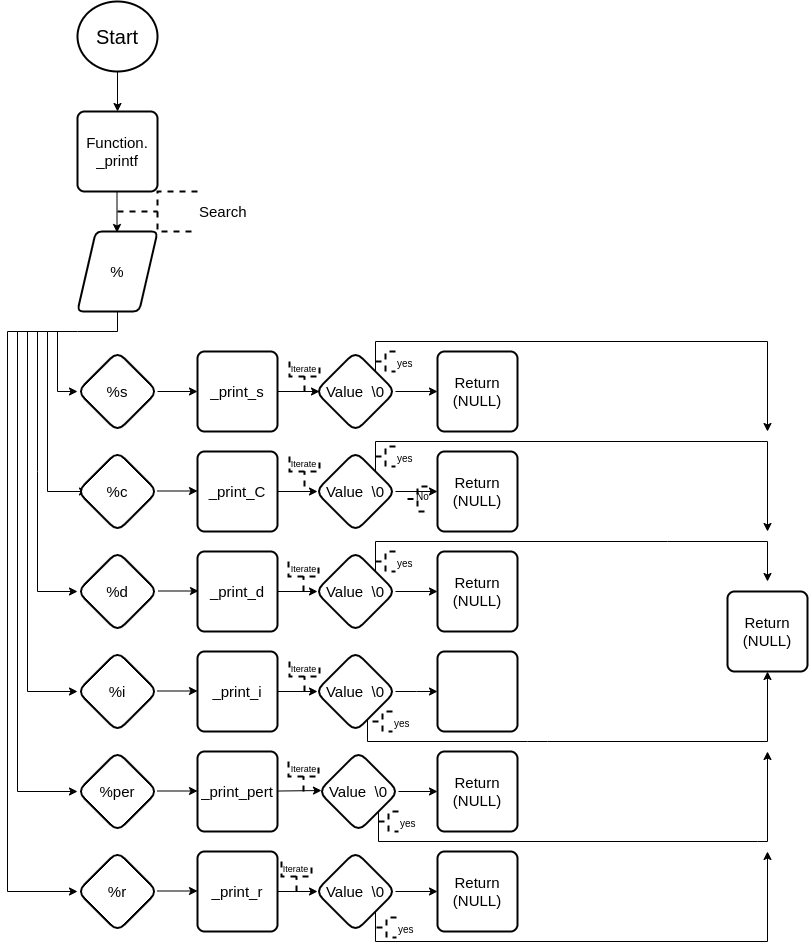
Before: Untitled Diagram.drawio.png, a diagram exported from draw.io (fyga10/printf). Source tidied: cells renumbered, new cells last; positions are measured from the earlier drawing's top-left corner, leaving out a move shared by most shapes.
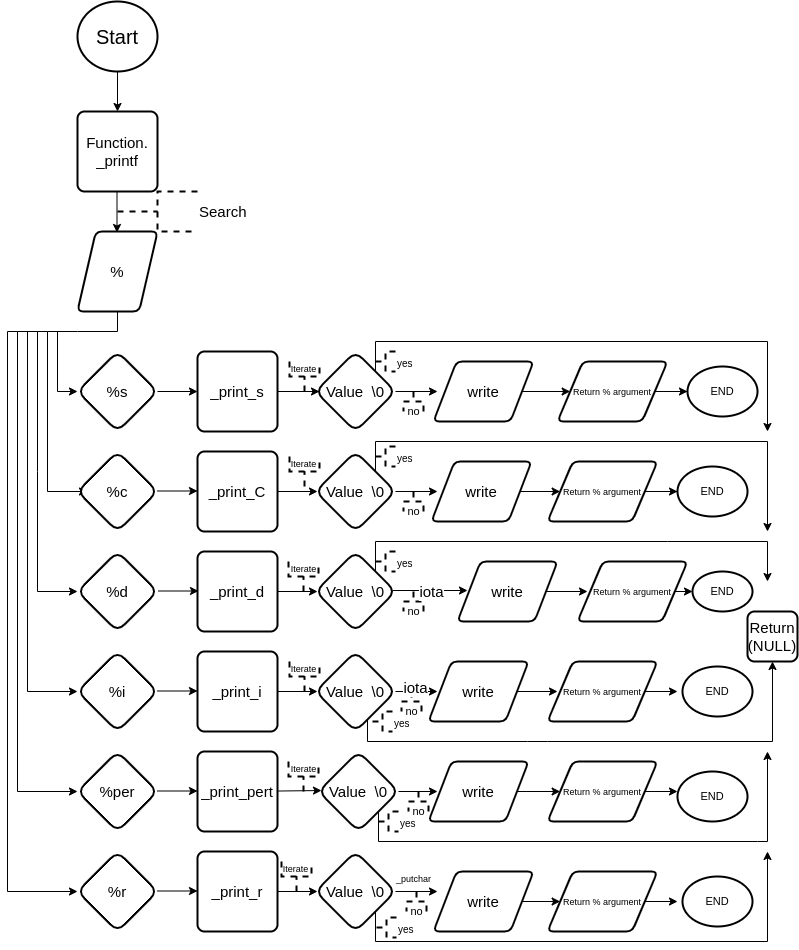
Later version of the same file.

What changed in the source:
```diff
@@ -181,20 +181,5 @@
     </mxCell>
-    <mxCell id="37" value="Return (NULL)" style="rounded=1;whiteSpace=wrap;html=1;absoluteArcSize=1;arcSize=14;strokeWidth=2;fontSize=15;fillColor=default;gradientColor=none;gradientDirection=north;" parent="1" vertex="1">
-      <mxGeometry x="430" y="450" width="80" height="80" as="geometry" />
-    </mxCell>
-    <mxCell id="38" value="Return (NULL)" style="rounded=1;whiteSpace=wrap;html=1;absoluteArcSize=1;arcSize=14;strokeWidth=2;fontSize=15;fillColor=default;gradientColor=none;gradientDirection=north;shadow=0;glass=0;sketch=0;" parent="1" vertex="1">
-      <mxGeometry x="430" y="350" width="80" height="80" as="geometry" />
-    </mxCell>
-    <mxCell id="39" value="Return (NULL)" style="rounded=1;whiteSpace=wrap;html=1;absoluteArcSize=1;arcSize=14;strokeWidth=2;fontSize=15;fillColor=default;gradientColor=none;gradientDirection=north;" parent="1" vertex="1">
-      <mxGeometry x="430" y="550" width="80" height="80" as="geometry" />
-    </mxCell>
     <mxCell id="40" value="Return (NULL)" style="rounded=1;whiteSpace=wrap;html=1;absoluteArcSize=1;arcSize=14;strokeWidth=2;fontSize=15;fillColor=default;gradientColor=none;gradientDirection=north;" parent="1" vertex="1">
-      <mxGeometry x="720" y="590" width="80" height="80" as="geometry" />
+      <mxGeometry x="740" y="610" width="50" height="50" as="geometry" />
     </mxCell>
-    <mxCell id="41" value="Return (NULL)" style="rounded=1;whiteSpace=wrap;html=1;absoluteArcSize=1;arcSize=14;strokeWidth=2;fontSize=15;fillColor=default;gradientColor=none;gradientDirection=north;" parent="1" vertex="1">
-      <mxGeometry x="430" y="750" width="80" height="80" as="geometry" />
-    </mxCell>
-    <mxCell id="42" value="Return (NULL)" style="rounded=1;whiteSpace=wrap;html=1;absoluteArcSize=1;arcSize=14;strokeWidth=2;fontSize=15;fillColor=default;gradientColor=none;gradientDirection=north;" parent="1" vertex="1">
-      <mxGeometry x="430" y="850" width="80" height="80" as="geometry" />
-    </mxCell>
     <mxCell id="43" style="strokeWidth=2;html=1;shape=mxgraph.flowchart.annotation_2;align=left;labelPosition=right;fontSize=15;fillColor=default;gradientColor=none;gradientDirection=north;rotation=-90;strokeColor=default;dashed=1;" parent="1" vertex="1">
@@ -243,4 +228,6 @@
     </mxCell>
-    <mxCell id="57" style="edgeStyle=none;rounded=0;jettySize=auto;html=1;shadow=0;fontSize=15;strokeColor=default;strokeWidth=1;" parent="1" edge="1" source="58" target="41">
-      <mxGeometry relative="1" as="geometry" />
+    <mxCell id="57" style="edgeStyle=none;rounded=0;jettySize=auto;html=1;shadow=0;fontSize=15;strokeColor=default;strokeWidth=1;" parent="1" edge="1" source="58">
+      <mxGeometry relative="1" as="geometry">
+        <mxPoint x="430" y="790" as="targetPoint" />
+      </mxGeometry>
     </mxCell>
@@ -256,3 +243,3 @@
           <mxPoint x="540" y="740" />
-          <mxPoint x="760" y="740" />
+          <mxPoint x="765" y="740" />
         </Array>
@@ -260,4 +247,6 @@
     </mxCell>
-    <mxCell id="60" style="edgeStyle=elbowEdgeStyle;rounded=0;jettySize=auto;elbow=vertical;html=1;shadow=0;fontSize=10;strokeColor=default;strokeWidth=1;" parent="1" edge="1" source="61" target="70">
-      <mxGeometry relative="1" as="geometry" />
+    <mxCell id="60" style="edgeStyle=elbowEdgeStyle;rounded=0;jettySize=auto;elbow=vertical;html=1;shadow=0;fontSize=10;strokeColor=default;strokeWidth=1;" parent="1" edge="1" source="61">
+      <mxGeometry relative="1" as="geometry">
+        <mxPoint x="430" y="690" as="targetPoint" />
+      </mxGeometry>
     </mxCell>
@@ -266,5 +255,2 @@
     </mxCell>
-    <mxCell id="62" style="edgeStyle=none;rounded=0;jettySize=auto;html=1;shadow=0;fontSize=15;strokeColor=default;strokeWidth=1;" parent="1" edge="1" source="63" target="39">
-      <mxGeometry relative="1" as="geometry" />
-    </mxCell>
     <mxCell id="63" value="&lt;font style=&quot;font-size: 15px&quot;&gt;Value&amp;nbsp; \0&lt;/font&gt;" style="rhombus;whiteSpace=wrap;html=1;rounded=1;shadow=0;glass=0;sketch=0;fontSize=9;strokeColor=default;strokeWidth=2;fillColor=default;gradientColor=none;gradientDirection=north;" parent="1" vertex="1">
@@ -272,4 +258,6 @@
     </mxCell>
-    <mxCell id="64" style="edgeStyle=none;rounded=0;jettySize=auto;html=1;shadow=0;fontSize=15;strokeColor=default;strokeWidth=1;" parent="1" edge="1" source="65" target="37">
-      <mxGeometry relative="1" as="geometry" />
+    <mxCell id="64" style="edgeStyle=none;rounded=0;jettySize=auto;html=1;shadow=0;fontSize=15;strokeColor=default;strokeWidth=1;" parent="1" edge="1" source="65">
+      <mxGeometry relative="1" as="geometry">
+        <mxPoint x="430" y="490" as="targetPoint" />
+      </mxGeometry>
     </mxCell>
@@ -286,4 +274,6 @@
     </mxCell>
-    <mxCell id="68" style="edgeStyle=none;rounded=0;jettySize=auto;html=1;shadow=0;fontSize=15;strokeColor=default;strokeWidth=1;" parent="1" edge="1" source="69" target="42">
-      <mxGeometry relative="1" as="geometry" />
+    <mxCell id="68" style="edgeStyle=none;rounded=0;jettySize=auto;html=1;shadow=0;fontSize=15;strokeColor=default;strokeWidth=1;" parent="1" edge="1" source="69">
+      <mxGeometry relative="1" as="geometry">
+        <mxPoint x="430" y="890" as="targetPoint" />
+      </mxGeometry>
     </mxCell>
@@ -292,5 +282,2 @@
     </mxCell>
-    <mxCell id="70" style="rounded=1;whiteSpace=wrap;html=1;absoluteArcSize=1;arcSize=14;strokeWidth=2;shadow=0;glass=0;sketch=0;fontSize=15;fillColor=default;gradientColor=none;gradientDirection=north;" parent="1" vertex="1">
-      <mxGeometry x="430" y="650" width="80" height="80" as="geometry" />
-    </mxCell>
     <mxCell id="71" style="endArrow=classic;html=1;rounded=0;shadow=0;fontSize=15;strokeColor=default;strokeWidth=1;exitX=1;exitY=1;exitDx=0;exitDy=0;" parent="1" edge="1" source="58">
@@ -360,8 +347,153 @@
     </mxCell>
-    <mxCell id="82" style="strokeWidth=2;html=1;shape=mxgraph.flowchart.annotation_2;align=left;labelPosition=right;rounded=1;shadow=0;glass=0;dashed=1;sketch=0;fontSize=10;fillColor=default;gradientColor=none;gradientDirection=north;" parent="1" vertex="1">
-      <mxGeometry x="400" y="485" width="20" height="25" as="geometry" />
-    </mxCell>
-    <mxCell id="83" value="No" style="text;html=1;align=center;verticalAlign=middle;strokeColor=none;fillColor=none;fontSize=10;" parent="1" vertex="1">
-      <mxGeometry x="400" y="485" width="30" height="20" as="geometry" />
-    </mxCell>
+    <mxCell id="84" style="strokeWidth=2;html=1;shape=mxgraph.flowchart.annotation_2;align=left;labelPosition=right;dashed=1;fontSize=11;rotation=90;" parent="1" vertex="1">
+      <mxGeometry x="396" y="590" width="20" height="20" as="geometry" />
+    </mxCell>
+    <mxCell id="85" value="no" style="text;html=1;align=center;verticalAlign=middle;strokeColor=none;fillColor=none;fontSize=11;" parent="1" vertex="1">
+      <mxGeometry x="391" y="600" width="30" height="20" as="geometry" />
+    </mxCell>
+    <mxCell id="86" style="strokeWidth=2;html=1;shape=mxgraph.flowchart.annotation_2;align=left;labelPosition=right;dashed=1;fontSize=11;rotation=90;" parent="1" vertex="1">
+      <mxGeometry x="396" y="490" width="20" height="20" as="geometry" />
+    </mxCell>
+    <mxCell id="87" value="no" style="text;html=1;align=center;verticalAlign=middle;strokeColor=none;fillColor=none;fontSize=11;" parent="1" vertex="1">
+      <mxGeometry x="391" y="500" width="30" height="20" as="geometry" />
+    </mxCell>
+    <mxCell id="88" style="strokeWidth=2;html=1;shape=mxgraph.flowchart.annotation_2;align=left;labelPosition=right;dashed=1;fontSize=11;rotation=90;" parent="1" vertex="1">
+      <mxGeometry x="396" y="390" width="20" height="20" as="geometry" />
+    </mxCell>
+    <mxCell id="89" value="no" style="text;html=1;align=center;verticalAlign=middle;strokeColor=none;fillColor=none;fontSize=11;" parent="1" vertex="1">
+      <mxGeometry x="391" y="400" width="30" height="20" as="geometry" />
+    </mxCell>
+    <mxCell id="90" style="strokeWidth=2;html=1;shape=mxgraph.flowchart.annotation_2;align=left;labelPosition=right;dashed=1;fontSize=11;rotation=90;" parent="1" vertex="1">
+      <mxGeometry x="394" y="690" width="20" height="20" as="geometry" />
+    </mxCell>
+    <mxCell id="91" value="no" style="text;html=1;align=center;verticalAlign=middle;strokeColor=none;fillColor=none;fontSize=11;" parent="1" vertex="1">
+      <mxGeometry x="389" y="700" width="30" height="20" as="geometry" />
+    </mxCell>
+    <mxCell id="92" style="strokeWidth=2;html=1;shape=mxgraph.flowchart.annotation_2;align=left;labelPosition=right;dashed=1;fontSize=11;rotation=90;" parent="1" vertex="1">
+      <mxGeometry x="401" y="790" width="20" height="20" as="geometry" />
+    </mxCell>
+    <mxCell id="93" value="no" style="text;html=1;align=center;verticalAlign=middle;strokeColor=none;fillColor=none;fontSize=11;" parent="1" vertex="1">
+      <mxGeometry x="396" y="800" width="30" height="20" as="geometry" />
+    </mxCell>
+    <mxCell id="94" style="strokeWidth=2;html=1;shape=mxgraph.flowchart.annotation_2;align=left;labelPosition=right;dashed=1;fontSize=11;rotation=90;" parent="1" vertex="1">
+      <mxGeometry x="399" y="890" width="20" height="20" as="geometry" />
+    </mxCell>
+    <mxCell id="95" value="no" style="text;html=1;align=center;verticalAlign=middle;strokeColor=none;fillColor=none;fontSize=11;" parent="1" vertex="1">
+      <mxGeometry x="394" y="900" width="30" height="20" as="geometry" />
+    </mxCell>
+    <mxCell id="96" style="edgeStyle=orthogonalEdgeStyle;rounded=0;jettySize=auto;html=1;fontSize=9;" parent="1" edge="1" source="97" target="108">
+      <mxGeometry relative="1" as="geometry" />
+    </mxCell>
+    <mxCell id="97" value="&lt;font style=&quot;font-size: 15px&quot;&gt;write&lt;/font&gt;" style="shape=parallelogram;html=1;strokeWidth=2;perimeter=parallelogramPerimeter;whiteSpace=wrap;rounded=1;arcSize=12;size=0.23;fontSize=11;" parent="1" vertex="1">
+      <mxGeometry x="426" y="360" width="100" height="60" as="geometry" />
+    </mxCell>
+    <mxCell id="98" value="&lt;span style=&quot;font-size: 15px&quot;&gt;write&lt;/span&gt;" style="shape=parallelogram;html=1;strokeWidth=2;perimeter=parallelogramPerimeter;whiteSpace=wrap;rounded=1;arcSize=12;size=0.23;fontSize=11;" parent="1" vertex="1">
+      <mxGeometry x="424" y="460" width="100" height="60" as="geometry" />
+    </mxCell>
+    <mxCell id="99" value="&lt;span style=&quot;font-size: 15px&quot;&gt;write&lt;/span&gt;" style="shape=parallelogram;html=1;strokeWidth=2;perimeter=parallelogramPerimeter;whiteSpace=wrap;rounded=1;arcSize=12;size=0.23;fontSize=11;" parent="1" vertex="1">
+      <mxGeometry x="450" y="560" width="100" height="60" as="geometry" />
+    </mxCell>
+    <mxCell id="100" value="&lt;span style=&quot;font-size: 15px&quot;&gt;write&lt;br&gt;&lt;/span&gt;" style="shape=parallelogram;html=1;strokeWidth=2;perimeter=parallelogramPerimeter;whiteSpace=wrap;rounded=1;arcSize=12;size=0.23;fontSize=11;" parent="1" vertex="1">
+      <mxGeometry x="421" y="660" width="100" height="60" as="geometry" />
+    </mxCell>
+    <mxCell id="101" value="&lt;span style=&quot;font-size: 15px&quot;&gt;write&lt;/span&gt;" style="shape=parallelogram;html=1;strokeWidth=2;perimeter=parallelogramPerimeter;whiteSpace=wrap;rounded=1;arcSize=12;size=0.23;fontSize=11;" parent="1" vertex="1">
+      <mxGeometry x="421" y="760" width="100" height="60" as="geometry" />
+    </mxCell>
+    <mxCell id="102" value="&lt;span style=&quot;font-size: 15px&quot;&gt;write&lt;/span&gt;" style="shape=parallelogram;html=1;strokeWidth=2;perimeter=parallelogramPerimeter;whiteSpace=wrap;rounded=1;arcSize=12;size=0.23;fontSize=11;" parent="1" vertex="1">
+      <mxGeometry x="426" y="870" width="100" height="60" as="geometry" />
+    </mxCell>
+    <mxCell id="103" style="endArrow=classic;html=1;rounded=0;fontSize=15;" parent="1" edge="1">
+      <mxGeometry relative="1" as="geometry">
+        <mxPoint x="385" y="589" as="sourcePoint" />
+        <mxPoint x="460" y="589" as="targetPoint" />
+      </mxGeometry>
+    </mxCell>
+    <mxCell id="104" value="iota" style="edgeLabel;html=1;align=center;verticalAlign=middle;fontSize=15;" parent="103" vertex="1">
+      <mxGeometry relative="1" as="geometry" />
+    </mxCell>
+    <mxCell id="105" value="iota" style="edgeLabel;html=1;align=center;verticalAlign=middle;fontSize=15;" parent="1" vertex="1">
+      <mxGeometry x="433" y="599" as="geometry">
+        <mxPoint x="-26" y="86" as="offset" />
+      </mxGeometry>
+    </mxCell>
+    <mxCell id="106" value="&lt;font style=&quot;font-size: 9px&quot;&gt;_putchar&lt;/font&gt;" style="text;html=1;align=center;verticalAlign=middle;strokeColor=none;fillColor=none;fontSize=15;" parent="1" vertex="1">
+      <mxGeometry x="381" y="860" width="50" height="30" as="geometry" />
+    </mxCell>
+    <mxCell id="107" style="edgeStyle=orthogonalEdgeStyle;rounded=0;jettySize=auto;html=1;fontSize=9;" parent="1" edge="1" source="108" target="120">
+      <mxGeometry relative="1" as="geometry" />
+    </mxCell>
+    <mxCell id="108" value="&lt;font style=&quot;font-size: 9px&quot;&gt;&lt;font style=&quot;font-size: 9px&quot;&gt;Return % &lt;/font&gt;&lt;font style=&quot;font-size: 9px&quot;&gt;argument&lt;/font&gt;&lt;/font&gt;" style="shape=parallelogram;html=1;strokeWidth=2;perimeter=parallelogramPerimeter;whiteSpace=wrap;rounded=1;arcSize=12;size=0.23;fontSize=11;" parent="1" vertex="1">
+      <mxGeometry x="550" y="360" width="110" height="60" as="geometry" />
+    </mxCell>
+    <mxCell id="109" style="edgeStyle=orthogonalEdgeStyle;rounded=0;jettySize=auto;html=1;fontSize=9;" parent="1" edge="1" source="110" target="121">
+      <mxGeometry relative="1" as="geometry" />
+    </mxCell>
+    <mxCell id="110" value="&lt;font style=&quot;font-size: 9px&quot;&gt;&lt;font style=&quot;font-size: 9px&quot;&gt;Return % &lt;/font&gt;&lt;font style=&quot;font-size: 9px&quot;&gt;argument&lt;/font&gt;&lt;/font&gt;" style="shape=parallelogram;html=1;strokeWidth=2;perimeter=parallelogramPerimeter;whiteSpace=wrap;rounded=1;arcSize=12;size=0.23;fontSize=11;" parent="1" vertex="1">
+      <mxGeometry x="540" y="460" width="110" height="60" as="geometry" />
+    </mxCell>
+    <mxCell id="111" style="endArrow=classic;html=1;rounded=0;fontSize=9;" parent="1" edge="1" source="100">
+      <mxGeometry relative="1" as="geometry">
+        <mxPoint x="550" y="690" as="targetPoint" />
+      </mxGeometry>
+    </mxCell>
+    <mxCell id="112" style="endArrow=classic;html=1;rounded=0;fontSize=9;" parent="1" edge="1" source="99">
+      <mxGeometry relative="1" as="geometry">
+        <mxPoint x="580" y="590" as="targetPoint" />
+      </mxGeometry>
+    </mxCell>
+    <mxCell id="113" style="endArrow=classic;html=1;rounded=0;fontSize=9;entryX=0;entryY=0.5;entryDx=0;entryDy=0;exitX=1;exitY=0.5;exitDx=0;exitDy=0;" parent="1" edge="1" source="98" target="110">
+      <mxGeometry relative="1" as="geometry" />
+    </mxCell>
+    <mxCell id="114" value="&lt;font style=&quot;font-size: 9px&quot;&gt;&lt;font style=&quot;font-size: 9px&quot;&gt;Return % &lt;/font&gt;&lt;font style=&quot;font-size: 9px&quot;&gt;argument&lt;/font&gt;&lt;/font&gt;" style="shape=parallelogram;html=1;strokeWidth=2;perimeter=parallelogramPerimeter;whiteSpace=wrap;rounded=1;arcSize=12;size=0.23;fontSize=11;" parent="1" vertex="1">
+      <mxGeometry x="570" y="560" width="110" height="60" as="geometry" />
+    </mxCell>
+    <mxCell id="115" value="&lt;font style=&quot;font-size: 9px&quot;&gt;&lt;font style=&quot;font-size: 9px&quot;&gt;Return % &lt;/font&gt;&lt;font style=&quot;font-size: 9px&quot;&gt;argument&lt;/font&gt;&lt;/font&gt;" style="shape=parallelogram;html=1;strokeWidth=2;perimeter=parallelogramPerimeter;whiteSpace=wrap;rounded=1;arcSize=12;size=0.23;fontSize=11;" parent="1" vertex="1">
+      <mxGeometry x="540" y="660" width="110" height="60" as="geometry" />
+    </mxCell>
+    <mxCell id="116" value="&lt;font style=&quot;font-size: 9px&quot;&gt;&lt;font style=&quot;font-size: 9px&quot;&gt;Return % &lt;/font&gt;&lt;font style=&quot;font-size: 9px&quot;&gt;argument&lt;/font&gt;&lt;/font&gt;" style="shape=parallelogram;html=1;strokeWidth=2;perimeter=parallelogramPerimeter;whiteSpace=wrap;rounded=1;arcSize=12;size=0.23;fontSize=11;" parent="1" vertex="1">
+      <mxGeometry x="540" y="760" width="110" height="60" as="geometry" />
+    </mxCell>
+    <mxCell id="117" style="endArrow=classic;html=1;rounded=0;fontSize=9;entryX=0;entryY=0.5;entryDx=0;entryDy=0;exitX=1;exitY=0.5;exitDx=0;exitDy=0;" parent="1" edge="1" source="101" target="116">
+      <mxGeometry relative="1" as="geometry" />
+    </mxCell>
+    <mxCell id="118" value="&lt;font style=&quot;font-size: 9px&quot;&gt;&lt;font style=&quot;font-size: 9px&quot;&gt;Return % &lt;/font&gt;&lt;font style=&quot;font-size: 9px&quot;&gt;argument&lt;/font&gt;&lt;/font&gt;" style="shape=parallelogram;html=1;strokeWidth=2;perimeter=parallelogramPerimeter;whiteSpace=wrap;rounded=1;arcSize=12;size=0.23;fontSize=11;" parent="1" vertex="1">
+      <mxGeometry x="540" y="870" width="110" height="60" as="geometry" />
+    </mxCell>
+    <mxCell id="119" style="endArrow=classic;html=1;rounded=0;fontSize=9;entryX=0;entryY=0.5;entryDx=0;entryDy=0;exitX=1;exitY=0.5;exitDx=0;exitDy=0;" parent="1" edge="1" source="102" target="118">
+      <mxGeometry relative="1" as="geometry" />
+    </mxCell>
+    <mxCell id="120" value="END" style="ellipse;whiteSpace=wrap;html=1;rounded=1;fontSize=11;strokeWidth=2;arcSize=12;" parent="1" vertex="1">
+      <mxGeometry x="680" y="365" width="70" height="50" as="geometry" />
+    </mxCell>
+    <mxCell id="121" value="END" style="ellipse;whiteSpace=wrap;html=1;rounded=1;fontSize=11;strokeWidth=2;arcSize=12;" parent="1" vertex="1">
+      <mxGeometry x="670" y="465" width="70" height="50" as="geometry" />
+    </mxCell>
+    <mxCell id="122" value="END" style="ellipse;whiteSpace=wrap;html=1;rounded=1;fontSize=11;strokeWidth=2;arcSize=12;" parent="1" vertex="1">
+      <mxGeometry x="685" y="570" width="60" height="40" as="geometry" />
+    </mxCell>
+    <mxCell id="123" style="endArrow=classic;html=1;rounded=0;fontSize=9;entryX=0;entryY=0.5;entryDx=0;entryDy=0;exitX=1;exitY=0.5;exitDx=0;exitDy=0;" parent="1" edge="1" source="114" target="122">
+      <mxGeometry relative="1" as="geometry" />
+    </mxCell>
+    <mxCell id="124" value="END" style="ellipse;whiteSpace=wrap;html=1;rounded=1;fontSize=11;strokeWidth=2;arcSize=12;" parent="1" vertex="1">
+      <mxGeometry x="675" y="665" width="70" height="50" as="geometry" />
+    </mxCell>
+    <mxCell id="125" style="endArrow=classic;html=1;rounded=0;fontSize=9;exitX=1;exitY=0.5;exitDx=0;exitDy=0;" parent="1" edge="1" source="115">
+      <mxGeometry relative="1" as="geometry">
+        <mxPoint x="670" y="690" as="targetPoint" />
+      </mxGeometry>
+    </mxCell>
+    <mxCell id="126" value="END" style="ellipse;whiteSpace=wrap;html=1;rounded=1;fontSize=11;strokeWidth=2;arcSize=12;" parent="1" vertex="1">
+      <mxGeometry x="670" y="770" width="70" height="50" as="geometry" />
+    </mxCell>
+    <mxCell id="127" style="endArrow=classic;html=1;rounded=0;fontSize=9;entryX=0;entryY=0.4;entryDx=0;entryDy=0;exitX=1;exitY=0.5;exitDx=0;exitDy=0;entryPerimeter=0;" parent="1" edge="1" source="116" target="126">
+      <mxGeometry relative="1" as="geometry" />
+    </mxCell>
+    <mxCell id="128" value="END" style="ellipse;whiteSpace=wrap;html=1;rounded=1;fontSize=11;strokeWidth=2;arcSize=12;" parent="1" vertex="1">
+      <mxGeometry x="675" y="875" width="70" height="50" as="geometry" />
+    </mxCell>
+    <mxCell id="129" style="endArrow=classic;html=1;rounded=0;fontSize=9;" parent="1" edge="1" source="118">
+      <mxGeometry relative="1" as="geometry">
+        <mxPoint x="670" y="900" as="targetPoint" />
+      </mxGeometry>
+    </mxCell>
   </root>
```
